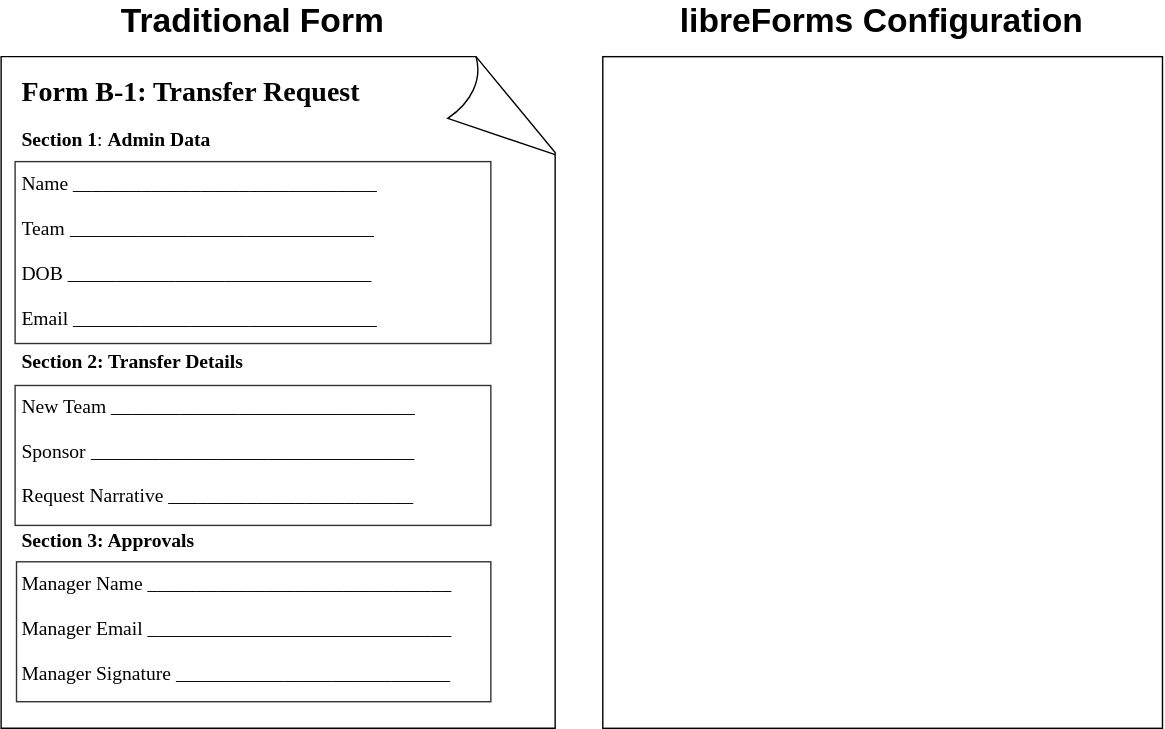
The draw.io diagram assets/Example_form.drawio.svg in libreForms/spec, before a commit. Source tidied: cells renumbered, new cells last; positions are measured from the earlier drawing's top-left corner, leaving out a move shared by most shapes.
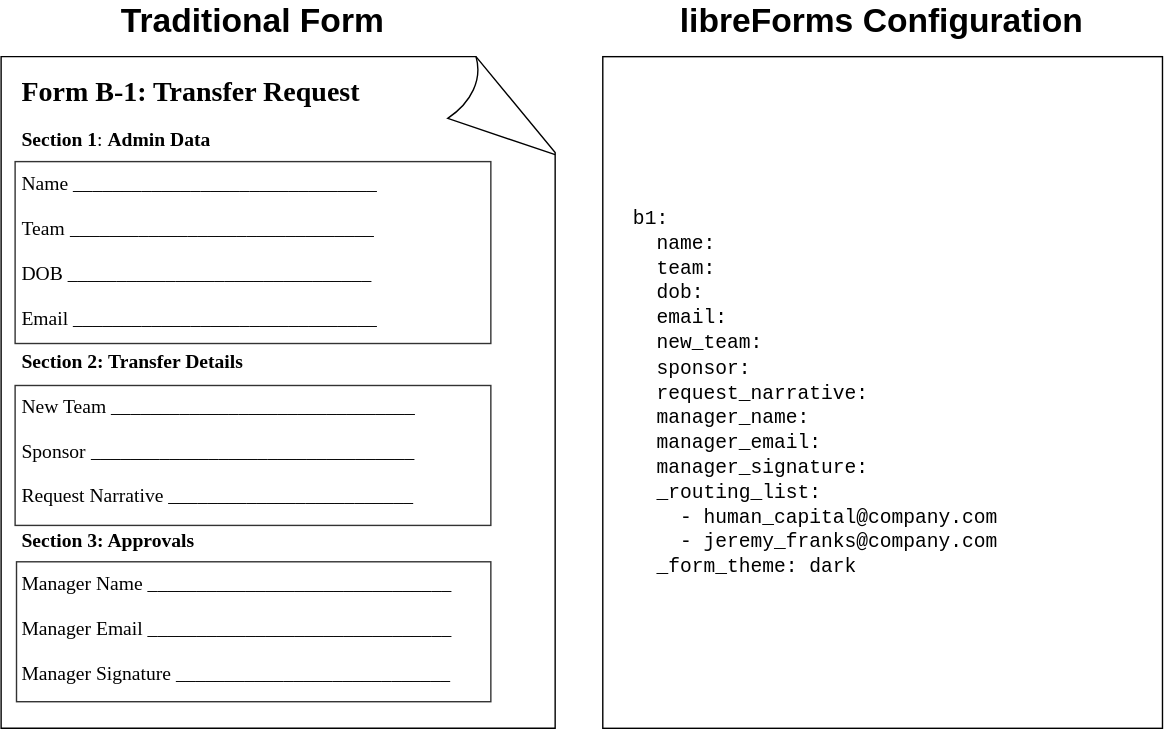
After the commit.

What changed in the source:
```diff
@@ -26,5 +26,8 @@
     <mxCell id="9" value="&lt;font style=&quot;font-size: 24px;&quot; face=&quot;Helvetica&quot;&gt;&lt;b&gt;libreForms Configuration&lt;/b&gt;&lt;/font&gt;" style="text;html=1;strokeColor=none;fillColor=none;align=center;verticalAlign=middle;whiteSpace=wrap;rounded=0;fontFamily=Times New Roman;fontSize=14;" parent="1" vertex="1">
       <mxGeometry x="477.5" width="305" height="30" as="geometry" />
     </mxCell>
+    <mxCell id="10" value="&lt;div style=&quot;font-size: 14px;&quot; align=&quot;left&quot;&gt;&lt;font style=&quot;font-size: 14px;&quot; face=&quot;Courier New&quot;&gt;b1:&lt;/font&gt;&lt;/div&gt;&lt;div style=&quot;font-size: 14px;&quot; align=&quot;left&quot;&gt;&lt;font style=&quot;font-size: 14px;&quot; face=&quot;Courier New&quot;&gt;&amp;nbsp; name:&lt;/font&gt;&lt;/div&gt;&lt;div style=&quot;font-size: 14px;&quot; align=&quot;left&quot;&gt;&lt;font style=&quot;font-size: 14px;&quot; face=&quot;Courier New&quot;&gt;&amp;nbsp; team:&lt;/font&gt;&lt;/div&gt;&lt;div style=&quot;font-size: 14px;&quot; align=&quot;left&quot;&gt;&lt;font style=&quot;font-size: 14px;&quot; face=&quot;Courier New&quot;&gt;&amp;nbsp; dob:&lt;/font&gt;&lt;/div&gt;&lt;div style=&quot;font-size: 14px;&quot; align=&quot;left&quot;&gt;&lt;font style=&quot;font-size: 14px;&quot; face=&quot;Courier New&quot;&gt;&amp;nbsp; email:&lt;/font&gt;&lt;/div&gt;&lt;div style=&quot;font-size: 14px;&quot; align=&quot;left&quot;&gt;&lt;font style=&quot;font-size: 14px;&quot; face=&quot;Courier New&quot;&gt;&amp;nbsp; new_team:&lt;/font&gt;&lt;/div&gt;&lt;div style=&quot;font-size: 14px;&quot; align=&quot;left&quot;&gt;&lt;font style=&quot;font-size: 14px;&quot; face=&quot;Courier New&quot;&gt;&amp;nbsp; sponsor:&lt;br&gt;&lt;/font&gt;&lt;/div&gt;&lt;div style=&quot;font-size: 14px;&quot; align=&quot;left&quot;&gt;&lt;font style=&quot;font-size: 14px;&quot; face=&quot;Courier New&quot;&gt;&amp;nbsp; request_narrative:&lt;/font&gt;&lt;/div&gt;&lt;div style=&quot;font-size: 14px;&quot; align=&quot;left&quot;&gt;&lt;font style=&quot;font-size: 14px;&quot; face=&quot;Courier New&quot;&gt;&amp;nbsp; manager_name:&lt;/font&gt;&lt;/div&gt;&lt;div style=&quot;font-size: 14px;&quot; align=&quot;left&quot;&gt;&lt;font style=&quot;font-size: 14px;&quot; face=&quot;Courier New&quot;&gt;&amp;nbsp; manager_email:&lt;/font&gt;&lt;/div&gt;&lt;div style=&quot;font-size: 14px;&quot; align=&quot;left&quot;&gt;&lt;font style=&quot;font-size: 14px;&quot; face=&quot;Courier New&quot;&gt;&amp;nbsp; manager_signature:&lt;/font&gt;&lt;/div&gt;&lt;div style=&quot;font-size: 14px;&quot; align=&quot;left&quot;&gt;&lt;font style=&quot;font-size: 14px;&quot; face=&quot;Courier New&quot;&gt;&amp;nbsp; _routing_list: &lt;br&gt;&lt;/font&gt;&lt;/div&gt;&lt;div style=&quot;font-size: 14px;&quot; align=&quot;left&quot;&gt;&lt;font style=&quot;font-size: 14px;&quot; face=&quot;Courier New&quot;&gt;&amp;nbsp;&amp;nbsp;&amp;nbsp; - human_capital@company.com&lt;/font&gt;&lt;/div&gt;&lt;div style=&quot;font-size: 14px;&quot; align=&quot;left&quot;&gt;&lt;font style=&quot;font-size: 14px;&quot; face=&quot;Courier New&quot;&gt;&amp;nbsp;&amp;nbsp;&amp;nbsp; - jeremy_franks@company.com&lt;br&gt;&lt;/font&gt;&lt;/div&gt;&lt;div style=&quot;font-size: 14px;&quot; align=&quot;left&quot;&gt;&lt;font style=&quot;font-size: 14px;&quot; face=&quot;Courier New&quot;&gt;&amp;nbsp; _form_theme: dark&lt;br&gt;&lt;/font&gt;&lt;/div&gt;" style="text;html=1;strokeColor=none;fillColor=none;align=left;verticalAlign=middle;whiteSpace=wrap;rounded=0;fontFamily=Helvetica;fontSize=24;" parent="1" vertex="1">
+      <mxGeometry x="450" y="60" width="350" height="440" as="geometry" />
+    </mxCell>
   </root>
 </mxGraphModel>
```
